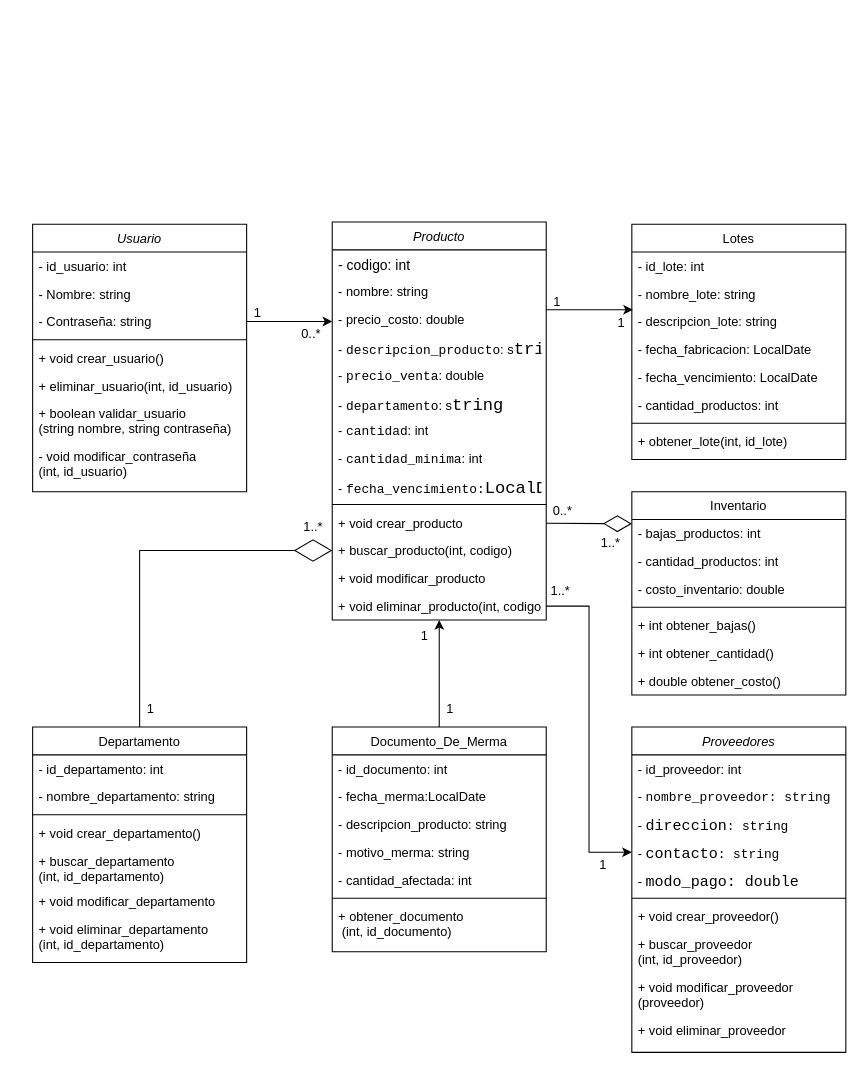
Above: Diagrama de clases (Taller mecanico).drawio in JotaMont/evaluacion-validaciones-Front-End (draw.io), before the change. Source tidied: cells renumbered, new cells numbered last; positions are measured from the earlier drawing's top-left corner, leaving out a move shared by most shapes. Both pictures are drawn from the tidied source at 107%, with x=0, y=0 at pixel (32, 221).
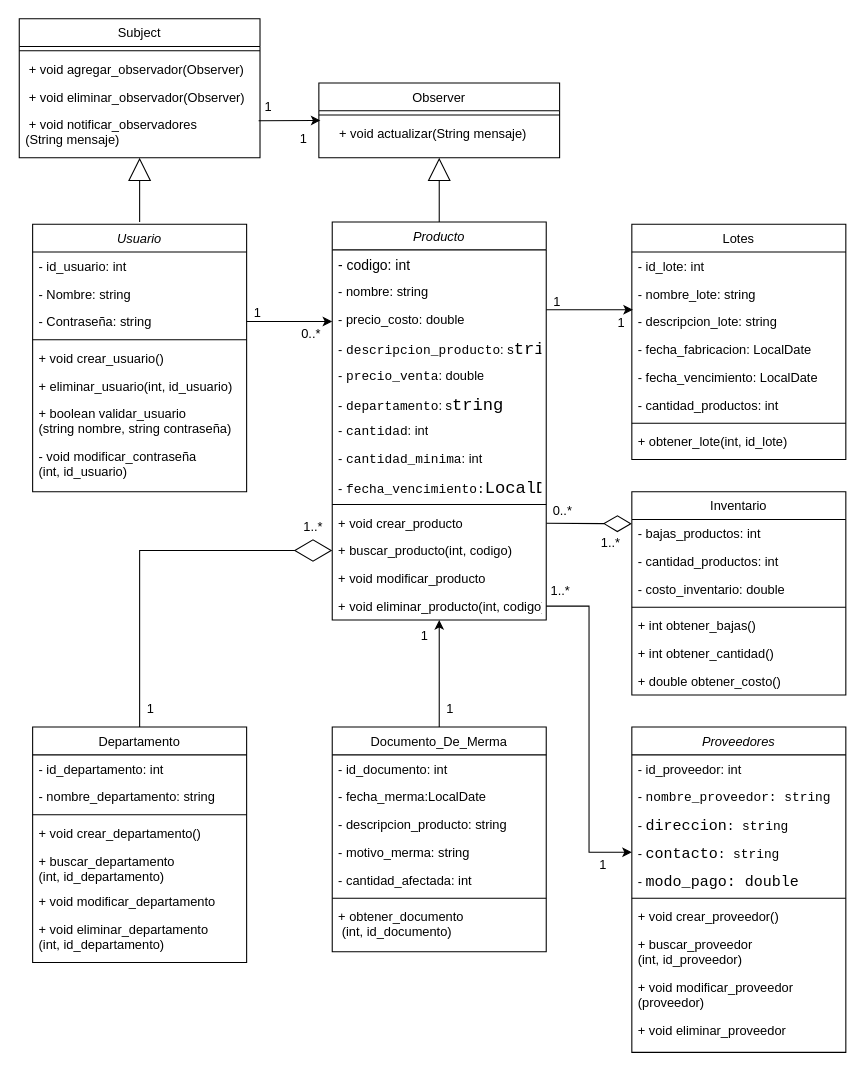
Above is the later version.

The change refers to these unchanged cells:
```xml
<mxCell id="39" value="Producto" style="swimlane;fontStyle=2;align=center;verticalAlign=top;horizontal=1;startSize=26;rounded=0;shadow=0;strokeWidth=1;" parent="1" vertex="1">
  <mxGeometry x="280" width="200" height="372" as="geometry" />
</mxCell>
```

What changed in the source:
```diff
@@
+    <mxCell id="88" style="edgeStyle=orthogonalEdgeStyle;rounded=0;jettySize=auto;html=1;exitX=0.5;exitY=0;exitDx=0;exitDy=0;entryX=0.5;entryY=1;entryDx=0;entryDy=0;endArrow=block;endFill=0;endSize=19;" parent="1" edge="1" source="39" target="95">
+      <mxGeometry relative="1" as="geometry" />
+    </mxCell>
@@
+    <mxCell id="89" style="rounded=0;orthogonalLoop=1;jettySize=auto;html=1;endArrow=block;endFill=0;endSize=19;" parent="1" edge="1">
+      <mxGeometry relative="1" as="geometry">
+        <mxPoint x="100" as="sourcePoint" />
+        <mxPoint x="100" y="-60" as="targetPoint" />
+      </mxGeometry>
+    </mxCell>
+    <mxCell id="90" value="Subject" style="swimlane;fontStyle=0;align=center;verticalAlign=top;horizontal=1;startSize=26;rounded=0;shadow=0;strokeWidth=1;" parent="1" vertex="1">
+      <mxGeometry x="-12.5" y="-190" width="225" height="130" as="geometry" />
+    </mxCell>
+    <mxCell id="91" style="line;html=1;strokeWidth=1;align=left;verticalAlign=middle;spacingTop=-1;spacingLeft=3;spacingRight=3;labelPosition=right;" parent="90" vertex="1">
+      <mxGeometry y="26" width="225" height="8" as="geometry" />
+    </mxCell>
+    <mxCell id="92" value=" + void agregar_observador(Observer)" style="text;align=left;verticalAlign=top;spacingLeft=4;spacingRight=4;overflow=hidden;fontStyle=0;" parent="90" vertex="1">
+      <mxGeometry y="34" width="225" height="26" as="geometry" />
+    </mxCell>
+    <mxCell id="93" value=" + void eliminar_observador(Observer)" style="text;align=left;verticalAlign=top;spacingLeft=4;spacingRight=4;overflow=hidden;" parent="90" vertex="1">
+      <mxGeometry y="60" width="225" height="26" as="geometry" />
+    </mxCell>
+    <mxCell id="94" value=" + void notificar_observadores&#10;(String mensaje)" style="text;align=left;verticalAlign=top;spacingLeft=4;spacingRight=4;overflow=hidden;" parent="90" vertex="1">
+      <mxGeometry y="86" width="225" height="44" as="geometry" />
+    </mxCell>
+    <mxCell id="95" value="Observer" style="swimlane;fontStyle=0;align=center;verticalAlign=top;horizontal=1;startSize=26;rounded=0;shadow=0;strokeWidth=1;" parent="1" vertex="1">
+      <mxGeometry x="267.5" y="-130" width="225" height="70" as="geometry" />
+    </mxCell>
+    <mxCell id="96" style="line;html=1;strokeWidth=1;align=left;verticalAlign=middle;spacingTop=-1;spacingLeft=3;spacingRight=3;labelPosition=right;" parent="95" vertex="1">
+      <mxGeometry y="26" width="225" height="8" as="geometry" />
+    </mxCell>
+    <mxCell id="97" value="    + void actualizar(String mensaje)&#10;" style="text;align=left;verticalAlign=top;spacingLeft=4;spacingRight=4;overflow=hidden;fontStyle=0;" parent="95" vertex="1">
+      <mxGeometry y="34" width="225" height="36" as="geometry" />
+    </mxCell>
+    <mxCell id="98" style="rounded=0;orthogonalLoop=1;jettySize=auto;html=1;exitX=0.99;exitY=0.213;exitDx=0;exitDy=0;exitPerimeter=0;" parent="1" edge="1">
+      <mxGeometry relative="1" as="geometry">
+        <mxPoint x="211.2" y="-94.6" as="sourcePoint" />
+        <mxPoint x="269" y="-95" as="targetPoint" />
+      </mxGeometry>
+    </mxCell>
+    <mxCell id="99" value="1" style="text;html=1;align=center;verticalAlign=middle;strokeColor=none;fillColor=none;" parent="1" vertex="1">
+      <mxGeometry x="205" y="-122" width="30" height="30" as="geometry" />
+    </mxCell>
+    <mxCell id="100" value="1" style="text;html=1;align=center;verticalAlign=middle;strokeColor=none;fillColor=none;" parent="1" vertex="1">
+      <mxGeometry x="237.5" y="-92" width="30" height="30" as="geometry" />
+    </mxCell>
```
